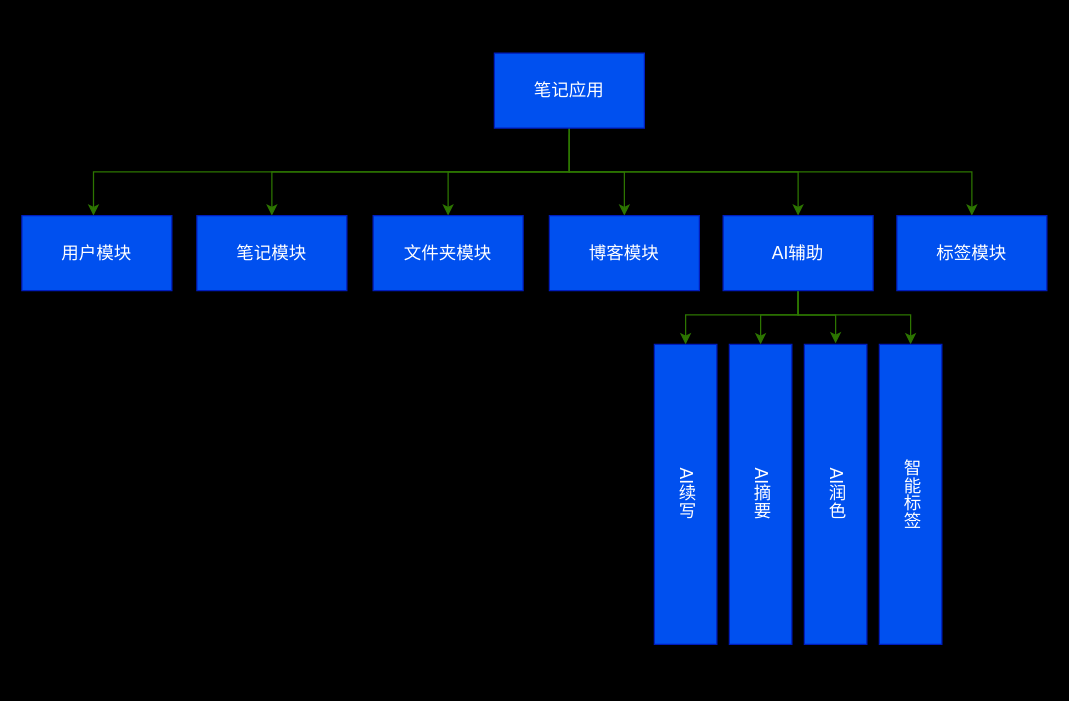
SeekLife0/diagrams keeps this draw.io diagram as 未命名绘图.drawio. Above is the earlier version. Source tidied: cells renumbered, new cells numbered last; positions are measured from the earlier drawing's top-left corner, leaving out a move shared by most shapes. Both pictures are drawn from the tidied source at 125%, with x=0, y=0 at pixel (21, 52).
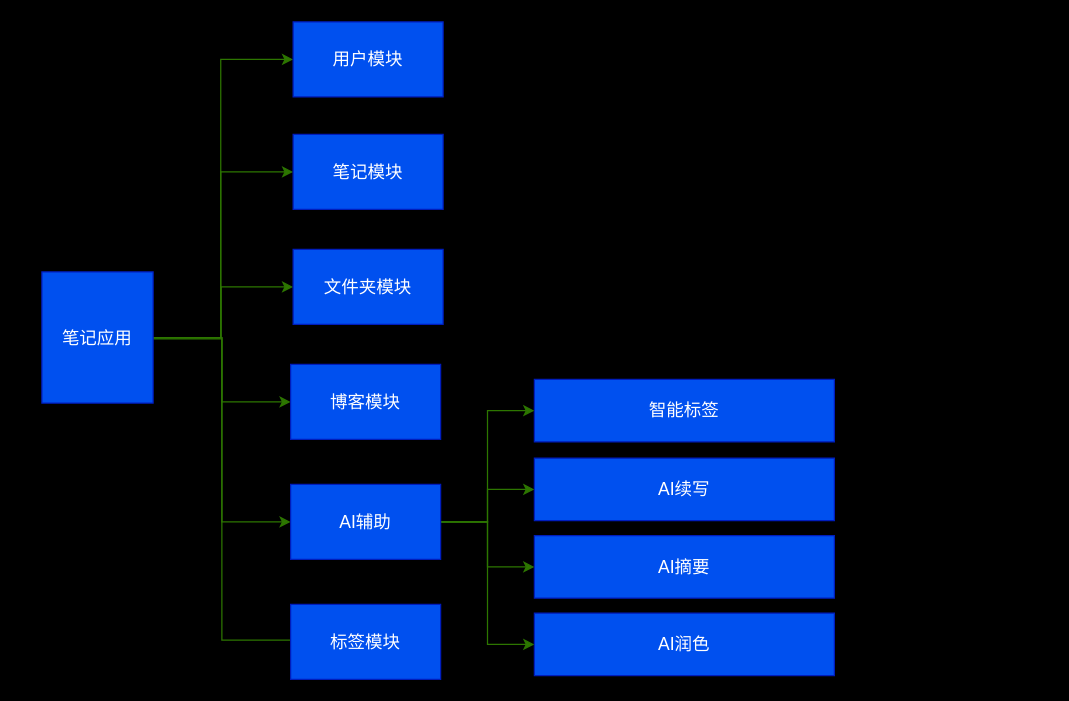
The same page after the edit.

Commit message:
系统模块图.drawio

Diff of the diagram source:
```diff
@@
-    <mxCell id="2" style="edgeStyle=orthogonalEdgeStyle;rounded=0;jettySize=auto;html=1;exitX=0.5;exitY=1;exitDx=0;exitDy=0;fillColor=#60a917;strokeColor=#2D7600;" parent="1" edge="1" target="9">
-      <mxGeometry relative="1" as="geometry">
-        <mxPoint x="438" y="65" as="sourcePoint" />
-        <Array as="points">
-          <mxPoint x="438" y="95" />
-          <mxPoint x="57.3" y="95" />
-        </Array>
-      </mxGeometry>
-    </mxCell>
+    <mxCell id="23" style="edgeStyle=orthogonalEdgeStyle;rounded=0;jettySize=auto;html=1;exitX=1;exitY=0.5;exitDx=0;exitDy=0;entryX=0;entryY=0.5;entryDx=0;entryDy=0;fillColor=#60a917;strokeColor=#2D7600;" parent="1" edge="1" source="8" target="9">
+      <mxGeometry relative="1" as="geometry">
+        <Array as="points">
+          <mxPoint x="159.1" y="227.5" />
+          <mxPoint x="159.1" y="5" />
+        </Array>
+      </mxGeometry>
+    </mxCell>
-    <mxCell id="3" style="edgeStyle=orthogonalEdgeStyle;rounded=0;jettySize=auto;html=1;exitX=0.5;exitY=1;exitDx=0;exitDy=0;entryX=0.5;entryY=0;entryDx=0;entryDy=0;fillColor=#60a917;strokeColor=#2D7600;" parent="1" edge="1" source="8" target="10">
-      <mxGeometry relative="1" as="geometry" />
+    <mxCell id="3" style="edgeStyle=orthogonalEdgeStyle;rounded=0;jettySize=auto;html=1;exitX=1;exitY=0.5;exitDx=0;exitDy=0;entryX=0;entryY=0.5;entryDx=0;entryDy=0;fillColor=#60a917;strokeColor=#2D7600;" parent="1" edge="1" source="8" target="10">
+      <mxGeometry relative="1" as="geometry">
+        <Array as="points">
+          <mxPoint x="159.1" y="227.5" />
+          <mxPoint x="159.1" y="95" />
+        </Array>
+      </mxGeometry>
     </mxCell>
-    <mxCell id="4" style="edgeStyle=orthogonalEdgeStyle;rounded=0;jettySize=auto;html=1;exitX=0.5;exitY=1;exitDx=0;exitDy=0;entryX=0.5;entryY=0;entryDx=0;entryDy=0;fillColor=#60a917;strokeColor=#2D7600;" parent="1" edge="1" source="8" target="11">
-      <mxGeometry relative="1" as="geometry" />
+    <mxCell id="4" style="edgeStyle=orthogonalEdgeStyle;rounded=0;jettySize=auto;html=1;exitX=1;exitY=0.5;exitDx=0;exitDy=0;entryX=0;entryY=0.5;entryDx=0;entryDy=0;fillColor=#60a917;strokeColor=#2D7600;" parent="1" edge="1" source="8" target="11">
+      <mxGeometry relative="1" as="geometry">
+        <Array as="points">
+          <mxPoint x="159.4" y="227.5" />
+          <mxPoint x="159.4" y="187" />
+        </Array>
+      </mxGeometry>
     </mxCell>
-    <mxCell id="5" style="edgeStyle=orthogonalEdgeStyle;rounded=0;jettySize=auto;html=1;exitX=0.5;exitY=1;exitDx=0;exitDy=0;fillColor=#60a917;strokeColor=#2D7600;" parent="1" edge="1" source="8" target="12">
+    <mxCell id="5" style="edgeStyle=orthogonalEdgeStyle;rounded=0;jettySize=auto;html=1;exitX=1;exitY=0.5;exitDx=0;exitDy=0;entryX=0;entryY=0.5;entryDx=0;entryDy=0;fillColor=#60a917;strokeColor=#2D7600;" parent="1" edge="1" source="8" target="12">
       <mxGeometry relative="1" as="geometry" />
     </mxCell>
-    <mxCell id="6" style="edgeStyle=orthogonalEdgeStyle;rounded=0;jettySize=auto;html=1;exitX=0.5;exitY=1;exitDx=0;exitDy=0;fillColor=#60a917;strokeColor=#2D7600;" parent="1" edge="1" source="8" target="14">
-      <mxGeometry relative="1" as="geometry" />
-    </mxCell>
-    <mxCell id="7" style="edgeStyle=orthogonalEdgeStyle;rounded=0;jettySize=auto;html=1;exitX=0.5;exitY=1;exitDx=0;exitDy=0;fillColor=#60a917;strokeColor=#2D7600;" parent="1" edge="1" source="8" target="22">
+    <mxCell id="7" style="edgeStyle=orthogonalEdgeStyle;rounded=0;jettySize=auto;html=1;exitX=1;exitY=0.5;exitDx=0;exitDy=0;entryX=0;entryY=0.5;entryDx=0;entryDy=0;fillColor=#60a917;strokeColor=#2D7600;" parent="1" edge="1" source="8" target="22">
       <mxGeometry relative="1" as="geometry" />
     </mxCell>
+    <mxCell id="24" style="edgeStyle=orthogonalEdgeStyle;rounded=0;orthogonalLoop=1;jettySize=auto;html=1;exitX=1;exitY=0.5;exitDx=0;exitDy=0;entryX=0;entryY=0.5;entryDx=0;entryDy=0;fillColor=#60a917;strokeColor=#2D7600;" parent="1" edge="1">
+      <mxGeometry relative="1" as="geometry">
+        <mxPoint x="77" y="228.5" as="sourcePoint" />
+        <mxPoint x="242" y="469.5" as="targetPoint" />
+        <Array as="points">
+          <mxPoint x="160" y="228.5" />
+          <mxPoint x="160" y="469.5" />
+        </Array>
+      </mxGeometry>
+    </mxCell>
     <mxCell id="8" value="&lt;font style=&quot;font-size: 14px;&quot;&gt;笔记应用&lt;/font&gt;" style="rounded=0;whiteSpace=wrap;html=1;fillColor=#0050ef;strokeColor=#001DBC;fontColor=#ffffff;" parent="1" vertex="1">
-      <mxGeometry x="378" width="120" height="60" as="geometry" />
+      <mxGeometry x="16" y="175" width="89" height="105" as="geometry" />
     </mxCell>
     <mxCell id="9" value="&lt;font style=&quot;font-size: 14px;&quot;&gt;用户模块&lt;/font&gt;" style="rounded=0;whiteSpace=wrap;html=1;fillColor=#0050ef;strokeColor=#001DBC;fontColor=#ffffff;" parent="1" vertex="1">
-      <mxGeometry y="130" width="120" height="60" as="geometry" />
+      <mxGeometry x="217" y="-25" width="120" height="60" as="geometry" />
     </mxCell>
     <mxCell id="10" value="&lt;font style=&quot;font-size: 14px;&quot;&gt;笔记模块&lt;/font&gt;" style="rounded=0;whiteSpace=wrap;html=1;fillColor=#0050ef;strokeColor=#001DBC;fontColor=#ffffff;" parent="1" vertex="1">
-      <mxGeometry x="140" y="130" width="120" height="60" as="geometry" />
+      <mxGeometry x="217" y="65" width="120" height="60" as="geometry" />
     </mxCell>
     <mxCell id="11" value="&lt;font style=&quot;font-size: 14px;&quot;&gt;文件夹模块&lt;/font&gt;" style="rounded=0;whiteSpace=wrap;html=1;fillColor=#0050ef;strokeColor=#001DBC;fontColor=#ffffff;" parent="1" vertex="1">
-      <mxGeometry x="281" y="130" width="120" height="60" as="geometry" />
+      <mxGeometry x="217" y="157" width="120" height="60" as="geometry" />
     </mxCell>
     <mxCell id="12" value="&lt;font style=&quot;font-size: 14px;&quot;&gt;博客模块&lt;/font&gt;" style="rounded=0;whiteSpace=wrap;html=1;fillColor=#0050ef;strokeColor=#001DBC;fontColor=#ffffff;" parent="1" vertex="1">
-      <mxGeometry x="422" y="130" width="120" height="60" as="geometry" />
+      <mxGeometry x="215" y="249" width="120" height="60" as="geometry" />
     </mxCell>
-    <mxCell id="13" value="&lt;font style=&quot;font-size: 14px;&quot;&gt;AI续写&lt;/font&gt;" style="rounded=0;whiteSpace=wrap;html=1;textDirection=vertical-lr;fillColor=#0050ef;strokeColor=#001DBC;fontColor=#ffffff;" parent="1" vertex="1">
-      <mxGeometry x="506" y="233" width="50" height="240" as="geometry" />
+    <mxCell id="13" value="&lt;font style=&quot;font-size: 14px;&quot;&gt;AI续写&lt;/font&gt;" style="rounded=0;whiteSpace=wrap;html=1;textDirection=ltr;fillColor=#0050ef;strokeColor=#001DBC;fontColor=#ffffff;direction=south;" parent="1" vertex="1">
+      <mxGeometry x="410" y="324" width="240" height="50" as="geometry" />
     </mxCell>
     <mxCell id="14" value="&lt;font style=&quot;font-size: 14px;&quot;&gt;标签模块&lt;/font&gt;" style="rounded=0;whiteSpace=wrap;html=1;fillColor=#0050ef;strokeColor=#001DBC;fontColor=#ffffff;" parent="1" vertex="1">
-      <mxGeometry x="700" y="130" width="120" height="60" as="geometry" />
+      <mxGeometry x="215" y="441" width="120" height="60" as="geometry" />
     </mxCell>
-    <mxCell id="15" value="&lt;font style=&quot;font-size: 14px;&quot;&gt;AI摘要&lt;/font&gt;" style="rounded=0;whiteSpace=wrap;html=1;textDirection=vertical-lr;fillColor=#0050ef;strokeColor=#001DBC;fontColor=#ffffff;" parent="1" vertex="1">
-      <mxGeometry x="566" y="233" width="50" height="240" as="geometry" />
+    <mxCell id="15" value="&lt;font style=&quot;font-size: 14px;&quot;&gt;AI摘要&lt;/font&gt;" style="rounded=0;whiteSpace=wrap;html=1;textDirection=ltr;fillColor=#0050ef;strokeColor=#001DBC;fontColor=#ffffff;direction=south;" parent="1" vertex="1">
+      <mxGeometry x="410" y="386" width="240" height="50" as="geometry" />
     </mxCell>
-    <mxCell id="16" value="&lt;font style=&quot;font-size: 14px;&quot;&gt;AI润色&lt;/font&gt;" style="rounded=0;whiteSpace=wrap;html=1;textDirection=vertical-lr;fillColor=#0050ef;strokeColor=#001DBC;fontColor=#ffffff;" parent="1" vertex="1">
-      <mxGeometry x="626" y="233" width="50" height="240" as="geometry" />
+    <mxCell id="16" value="&lt;font style=&quot;font-size: 14px;&quot;&gt;AI润色&lt;/font&gt;" style="rounded=0;whiteSpace=wrap;html=1;textDirection=ltr;fillColor=#0050ef;strokeColor=#001DBC;fontColor=#ffffff;direction=south;" parent="1" vertex="1">
+      <mxGeometry x="410" y="448" width="240" height="50" as="geometry" />
     </mxCell>
-    <mxCell id="17" style="edgeStyle=orthogonalEdgeStyle;rounded=0;jettySize=auto;html=1;exitX=0.5;exitY=1;exitDx=0;exitDy=0;entryX=0.5;entryY=0;entryDx=0;entryDy=0;fillColor=#60a917;strokeColor=#2D7600;" parent="1" edge="1" target="13">
-      <mxGeometry relative="1" as="geometry">
-        <mxPoint x="621" y="190" as="sourcePoint" />
-        <Array as="points">
-          <mxPoint x="621" y="209.4" />
-          <mxPoint x="531" y="209.4" />
-        </Array>
-      </mxGeometry>
-    </mxCell>
-    <mxCell id="18" style="edgeStyle=orthogonalEdgeStyle;rounded=0;jettySize=auto;html=1;exitX=0.5;exitY=1;exitDx=0;exitDy=0;fillColor=#60a917;strokeColor=#2D7600;" parent="1" edge="1" target="15">
-      <mxGeometry relative="1" as="geometry">
-        <mxPoint x="621" y="190" as="sourcePoint" />
-        <Array as="points">
-          <mxPoint x="621" y="209.4" />
-          <mxPoint x="591" y="209.4" />
-        </Array>
-      </mxGeometry>
-    </mxCell>
-    <mxCell id="19" style="edgeStyle=orthogonalEdgeStyle;rounded=0;orthogonalLoop=1;jettySize=auto;html=1;exitX=0.5;exitY=1;exitDx=0;exitDy=0;fillColor=#60a917;strokeColor=#2D7600;" parent="1" edge="1">
-      <mxGeometry relative="1" as="geometry">
-        <mxPoint x="621" y="190" as="sourcePoint" />
-        <mxPoint x="651" y="232.2" as="targetPoint" />
-        <Array as="points">
-          <mxPoint x="621" y="209.5" />
-          <mxPoint x="651" y="209.5" />
-        </Array>
-      </mxGeometry>
-    </mxCell>
-    <mxCell id="20" style="edgeStyle=orthogonalEdgeStyle;rounded=0;jettySize=auto;html=1;exitX=0.5;exitY=1;exitDx=0;exitDy=0;fillColor=#60a917;strokeColor=#2D7600;entryX=0.5;entryY=0;entryDx=0;entryDy=0;" parent="1" edge="1" target="21">
-      <mxGeometry relative="1" as="geometry">
-        <mxPoint x="621" y="190" as="sourcePoint" />
-        <Array as="points">
-          <mxPoint x="621" y="209.4" />
-          <mxPoint x="711" y="209.4" />
-        </Array>
-      </mxGeometry>
-    </mxCell>
-    <mxCell id="21" value="&lt;font style=&quot;font-size: 14px;&quot;&gt;智能标签&lt;/font&gt;" style="rounded=0;whiteSpace=wrap;html=1;textDirection=vertical-lr;fillColor=#0050ef;strokeColor=#001DBC;fontColor=#ffffff;" parent="1" vertex="1">
-      <mxGeometry x="686" y="233" width="50" height="240" as="geometry" />
+    <mxCell id="21" value="&lt;font style=&quot;font-size: 14px;&quot;&gt;智能标签&lt;/font&gt;" style="rounded=0;whiteSpace=wrap;html=1;textDirection=ltr;fillColor=#0050ef;strokeColor=#001DBC;fontColor=#ffffff;direction=south;" parent="1" vertex="1">
+      <mxGeometry x="410" y="261" width="240" height="50" as="geometry" />
     </mxCell>
+    <mxCell id="25" style="edgeStyle=orthogonalEdgeStyle;rounded=0;jettySize=auto;html=1;exitX=1;exitY=0.5;exitDx=0;exitDy=0;entryX=0.5;entryY=1;entryDx=0;entryDy=0;fillColor=#60a917;strokeColor=#2D7600;" parent="1" edge="1" source="22" target="21">
+      <mxGeometry relative="1" as="geometry" />
+    </mxCell>
+    <mxCell id="26" style="edgeStyle=orthogonalEdgeStyle;rounded=0;jettySize=auto;html=1;exitX=1;exitY=0.5;exitDx=0;exitDy=0;entryX=0.5;entryY=1;entryDx=0;entryDy=0;fillColor=#60a917;strokeColor=#2D7600;" parent="1" edge="1" source="22" target="13">
+      <mxGeometry relative="1" as="geometry" />
+    </mxCell>
+    <mxCell id="27" style="edgeStyle=orthogonalEdgeStyle;rounded=0;jettySize=auto;html=1;exitX=1;exitY=0.5;exitDx=0;exitDy=0;entryX=0.5;entryY=1;entryDx=0;entryDy=0;fillColor=#60a917;strokeColor=#2D7600;" parent="1" edge="1" source="22" target="15">
+      <mxGeometry relative="1" as="geometry" />
+    </mxCell>
+    <mxCell id="28" style="edgeStyle=orthogonalEdgeStyle;rounded=0;jettySize=auto;html=1;exitX=1;exitY=0.5;exitDx=0;exitDy=0;entryX=0.5;entryY=1;entryDx=0;entryDy=0;fillColor=#60a917;strokeColor=#2D7600;" parent="1" edge="1" source="22" target="16">
+      <mxGeometry relative="1" as="geometry" />
+    </mxCell>
     <mxCell id="22" value="&lt;font style=&quot;font-size: 14px;&quot;&gt;AI辅助&lt;/font&gt;" style="rounded=0;whiteSpace=wrap;html=1;fillColor=#0050ef;strokeColor=#001DBC;fontColor=#ffffff;" parent="1" vertex="1">
-      <mxGeometry x="561" y="130" width="120" height="60" as="geometry" />
+      <mxGeometry x="215" y="345" width="120" height="60" as="geometry" />
     </mxCell>
```
